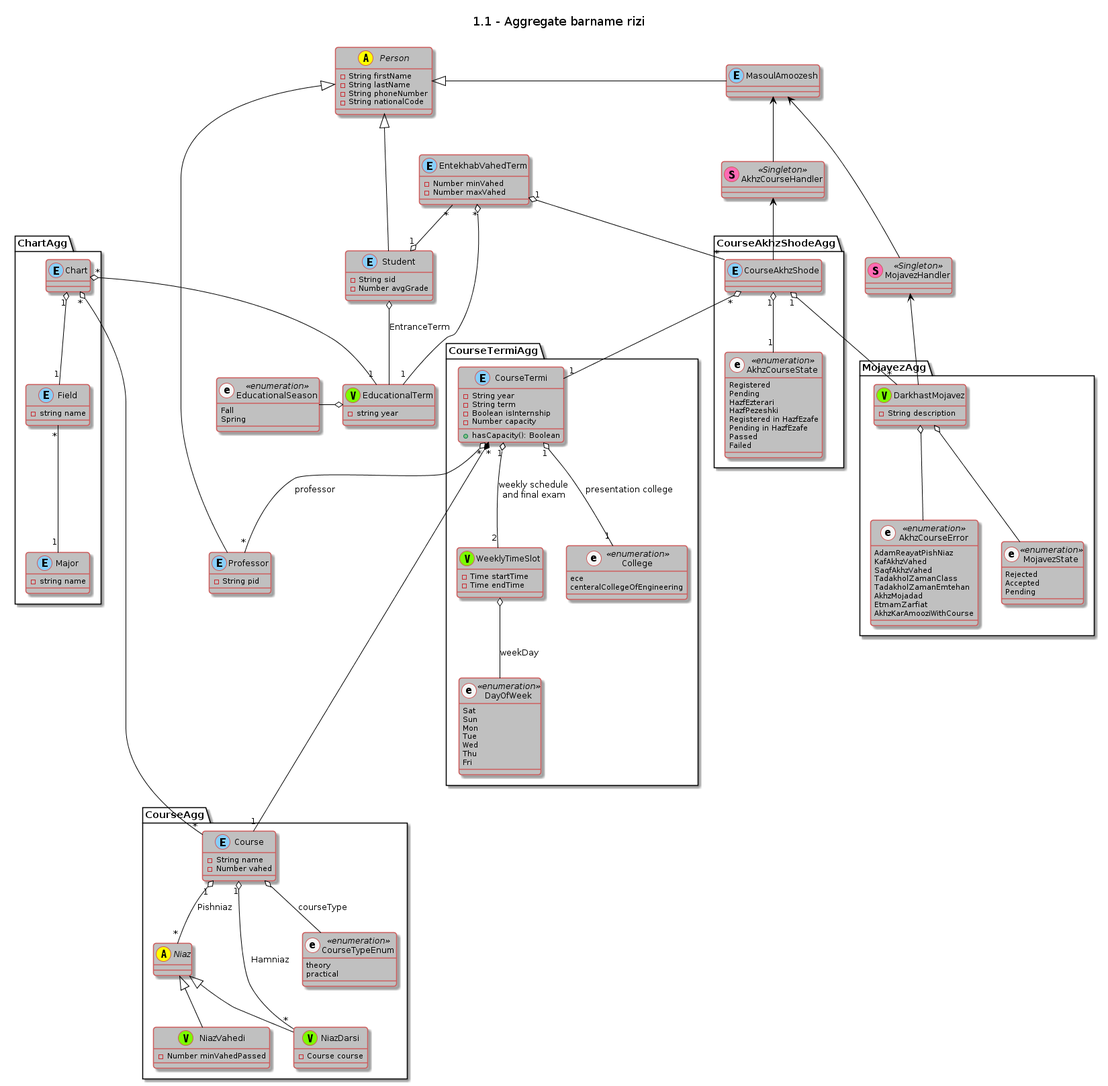
Earlier version of the PlantUML export aggregate-barname-rizi.png (MohGanji/OO-ClassDiagram-Project).
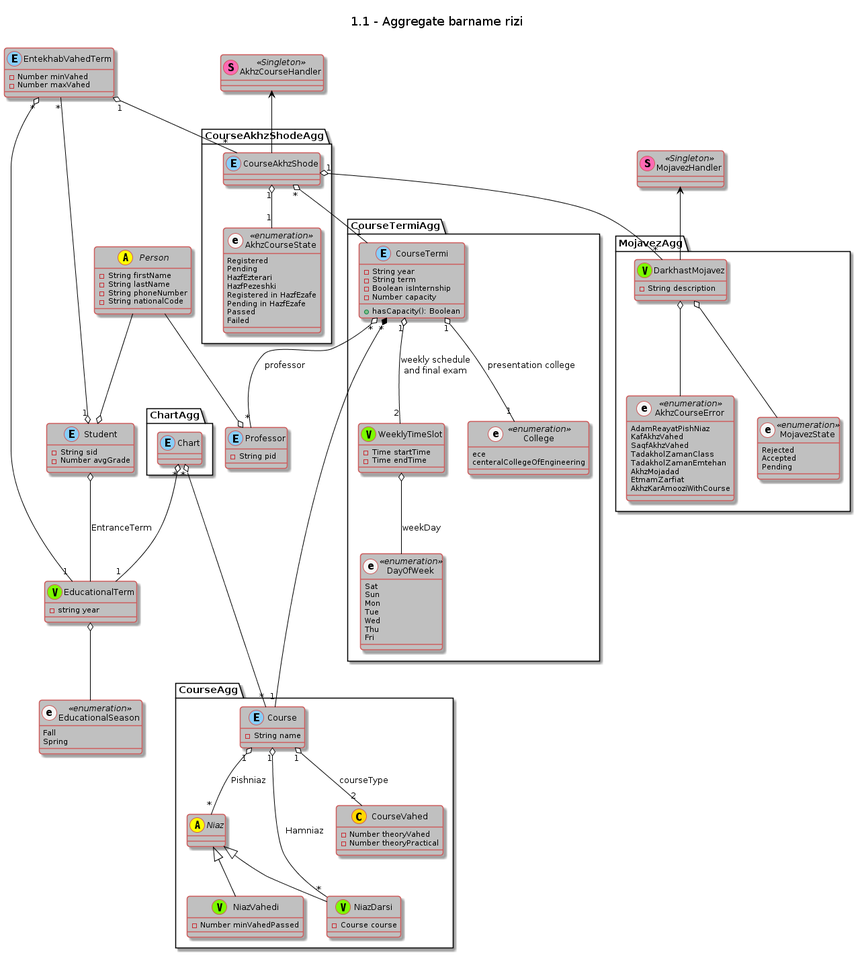
Above is the later version.

Diff of the diagram source:
```diff
@@ -20,8 +20,7 @@
   - String phoneNumber
   - String nationalCode
 }
-Person <|- MasoulAmoozesh
-Person <|- Student
+Person --o Student
 
 class Student << (E,LightSkyBlue) >> {
   - String sid
@@ -37,30 +36,16 @@
 class EducationalTerm << (V,LawnGreen) >> {
   - string year
 }
-EducationalTerm o-left- EducationalSeason
+EducationalTerm o-- EducationalSeason
 
-Person <|- Professor
+Person --o Professor
 class Professor << (E,LightSkyBlue) >> {
   - String pid
 }
 
-class MasoulAmoozesh << (E,LightSkyBlue) >> {
-}
-
-
 package ChartAgg {
-  class Major << (E,LightSkyBlue) >> {
-    - string name
-  }
-
-  class Field << (E,LightSkyBlue) >> {
-    - string name
-  }
-
   class Chart << (E,LightSkyBlue) >> {
   }
-  Field "*" -- "1" Major
-  Chart "1" o-- "1" Field
 }
 Chart "*" o-- "1" EducationalTerm
 EntekhabVahedTerm "*" o-- "1" EducationalTerm
@@ -72,7 +57,6 @@
 
   class Course << (E,LightSkyBlue) >> {
     - String name
-    - Number vahed
   }
   class NiazDarsi << (V,LawnGreen) >> {
     - Course course
@@ -85,11 +69,11 @@
   Niaz <|-- NiazVahedi
   Course "1" o-- "*" Niaz : Pishniaz
   Course "1" o-- "*" NiazDarsi : Hamniaz
-  Course  o-- CourseTypeEnum : courseType
+  Course "1" o-- "2" CourseVahed : courseType
 
-  enum CourseTypeEnum << (e,WhiteSmoke) enumeration>> {
-    theory
-    practical
+  class CourseVahed {
+    - Number theoryVahed
+    - Number theoryPractical
   }
 }
 
@@ -155,13 +139,11 @@
 AkhzCourseHandler <-- CourseAkhzShode
 class AkhzCourseHandler << (S,HotPink) Singleton >> {
 }
-MasoulAmoozesh <-- AkhzCourseHandler
 
 
 
 class MojavezHandler << (S,HotPink) Singleton >> {
 }
-MasoulAmoozesh <-- MojavezHandler
 
 
 
```
